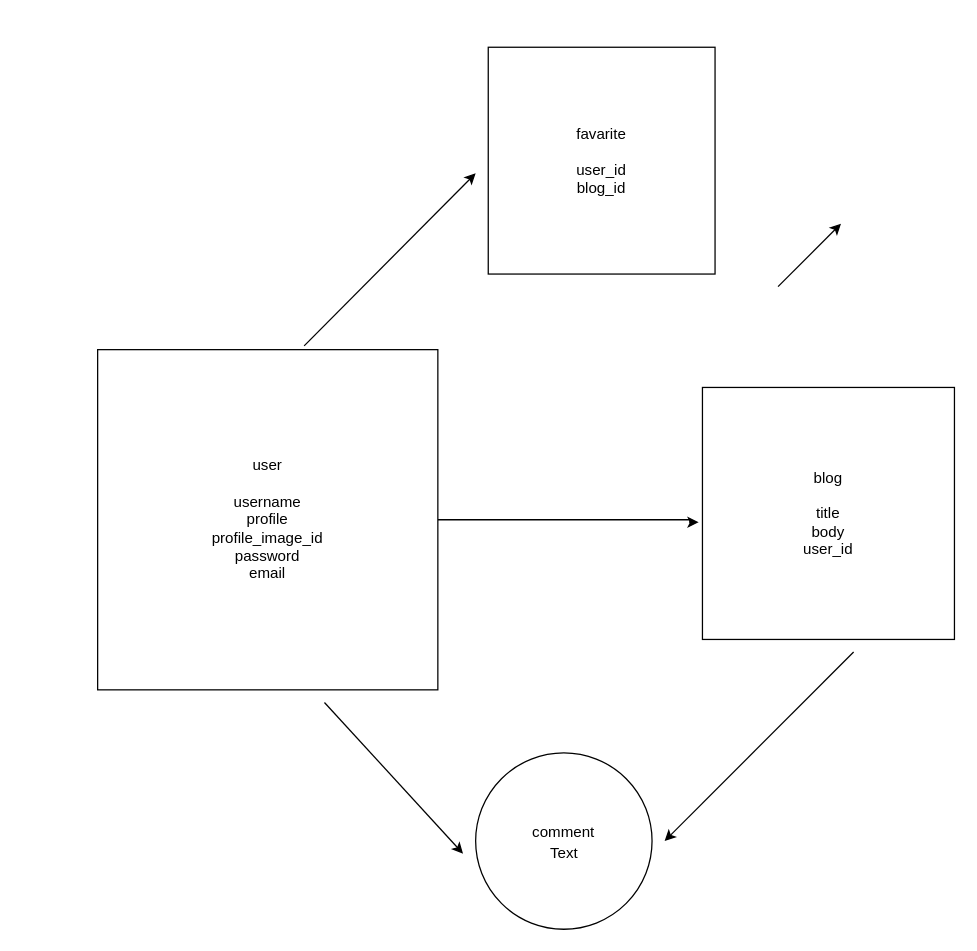
The draw.io diagram ER.dio in pochi13/ourblog, before the edit. Source tidied: cells renumbered, new cells numbered last; positions are measured from the earlier drawing's top-left corner, leaving out a move shared by most shapes. Both pictures are drawn from the tidied source at 126%, with x=0, y=0 at pixel (97, 47).
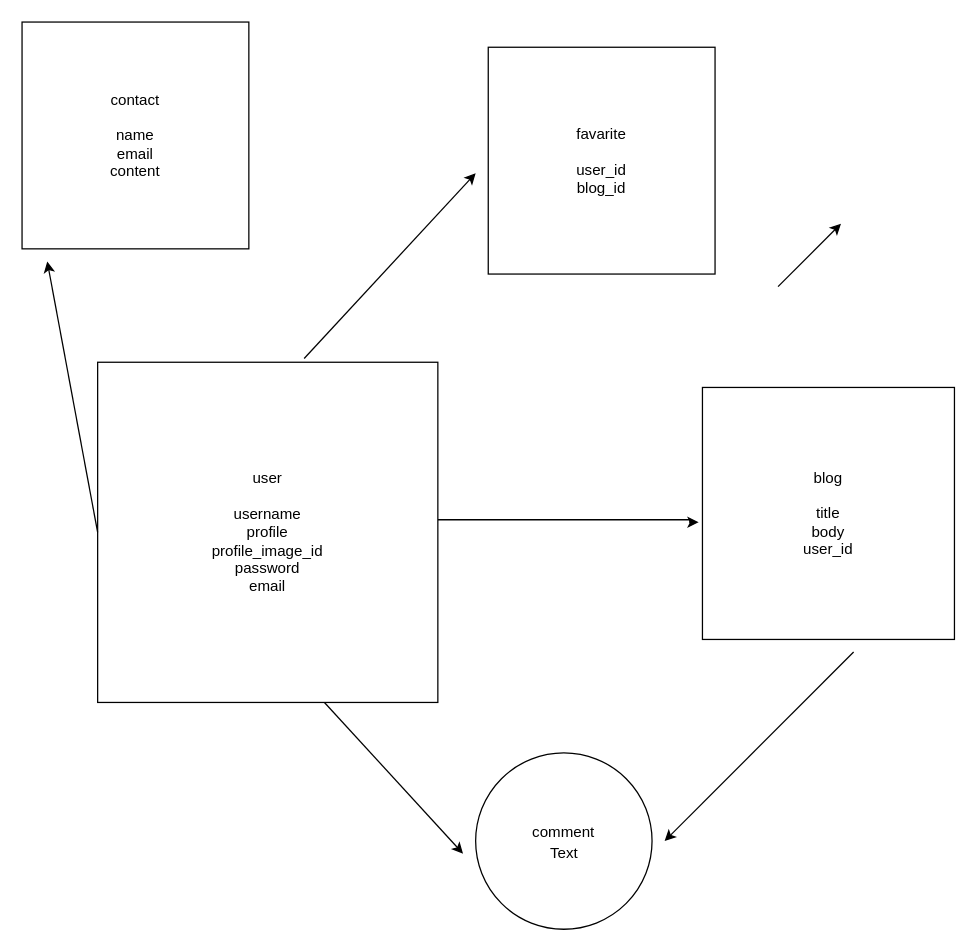
The same page after the edit.

The edit, as a diff of the source:
```diff
@@
 <mxGraphModel>
   <root>
     <mxCell id="0" />
     <mxCell id="1" parent="0" />
     <mxCell id="2" style="edgeStyle=orthogonalEdgeStyle;rounded=0;jettySize=auto;html=1;entryX=-0.015;entryY=0.535;entryDx=0;entryDy=0;entryPerimeter=0;" parent="1" edge="1" source="3" target="5">
       <mxGeometry relative="1" as="geometry">
         <Array as="points">
           <mxPoint x="470" y="375" />
           <mxPoint x="470" y="377" />
         </Array>
       </mxGeometry>
     </mxCell>
     <mxCell id="3" value="user&lt;br&gt;&lt;br&gt;username&lt;br&gt;profile&lt;br&gt;profile_image_id&lt;br&gt;password&lt;br&gt;email" style="whiteSpace=wrap;html=1;" parent="1" vertex="1">
-      <mxGeometry y="240" width="270" height="270" as="geometry" />
+      <mxGeometry y="250" width="270" height="270" as="geometry" />
     </mxCell>
     <mxCell id="4" value="comment&lt;br&gt;&lt;br&gt;" style="ellipse;whiteSpace=wrap;html=1;" parent="1" vertex="1">
       <mxGeometry x="300" y="560" width="140" height="140" as="geometry" />
     </mxCell>
     <mxCell id="5" value="blog&lt;br&gt;&lt;br&gt;title&lt;br&gt;body&lt;br&gt;user_id" style="whiteSpace=wrap;html=1;" parent="1" vertex="1">
       <mxGeometry x="480" y="270" width="200" height="200" as="geometry" />
     </mxCell>
     <mxCell id="6" style="endArrow=classic;html=1;" parent="1" edge="1">
       <mxGeometry relative="1" as="geometry">
         <mxPoint x="180" y="520" as="sourcePoint" />
         <mxPoint x="290" y="640" as="targetPoint" />
       </mxGeometry>
     </mxCell>
     <mxCell id="7" style="endArrow=classic;html=1;" parent="1" edge="1">
       <mxGeometry relative="1" as="geometry">
         <mxPoint x="600" y="480" as="sourcePoint" />
         <mxPoint x="450" y="630" as="targetPoint" />
       </mxGeometry>
     </mxCell>
     <mxCell id="8" value="favarite&lt;br&gt;&lt;br&gt;user_id&lt;br&gt;blog_id" style="whiteSpace=wrap;html=1;" parent="1" vertex="1">
       <mxGeometry x="310" width="180" height="180" as="geometry" />
     </mxCell>
     <mxCell id="9" style="endArrow=classic;html=1;exitX=0.607;exitY=-0.011;exitDx=0;exitDy=0;exitPerimeter=0;" parent="1" edge="1" source="3">
       <mxGeometry relative="1" as="geometry">
         <mxPoint x="300" y="100" as="targetPoint" />
       </mxGeometry>
     </mxCell>
     <mxCell id="10" style="endArrow=classic;html=1;" parent="1" edge="1">
       <mxGeometry relative="1" as="geometry">
         <mxPoint x="540" y="190" as="sourcePoint" />
         <mxPoint x="590" y="140" as="targetPoint" />
       </mxGeometry>
     </mxCell>
     <mxCell id="11" value="Text" style="text;html=1;align=center;verticalAlign=middle;strokeColor=none;" parent="1" vertex="1">
       <mxGeometry x="350" y="630" width="40" height="20" as="geometry" />
     </mxCell>
+    <mxCell id="12" value="contact&lt;br&gt;&lt;br&gt;name&lt;br&gt;email&lt;br&gt;content" style="whiteSpace=wrap;html=1;" parent="1" vertex="1">
+      <mxGeometry x="-60" y="-20" width="180" height="180" as="geometry" />
+    </mxCell>
+    <mxCell id="13" style="endArrow=classic;html=1;exitX=0;exitY=0.5;exitDx=0;exitDy=0;" parent="1" edge="1" source="3">
+      <mxGeometry relative="1" as="geometry">
+        <mxPoint x="-40" y="170" as="targetPoint" />
+      </mxGeometry>
+    </mxCell>
   </root>
 </mxGraphModel>
```
